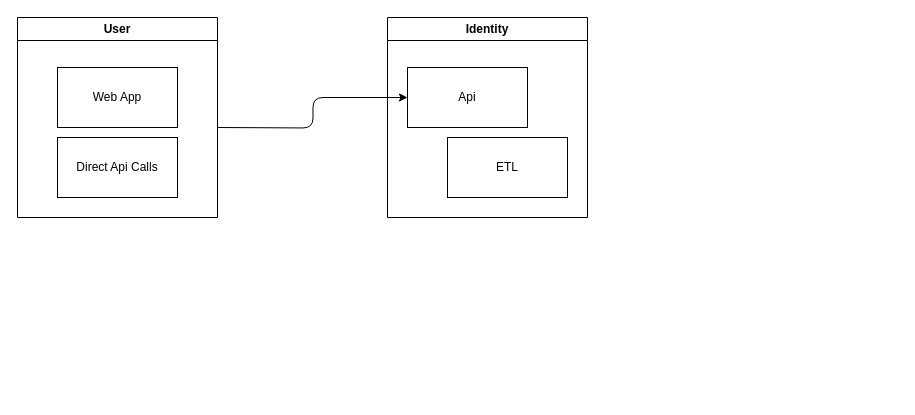
This is wiki/architecture.drawio from tzather/service-cs, a draw.io file, before an edit. Source tidied: cells renumbered, new cells numbered last; positions are measured from the earlier drawing's top-left corner, leaving out a move shared by most shapes. Both pictures are drawn from the tidied source at 100%, with x=0, y=0 at pixel (17, 17).
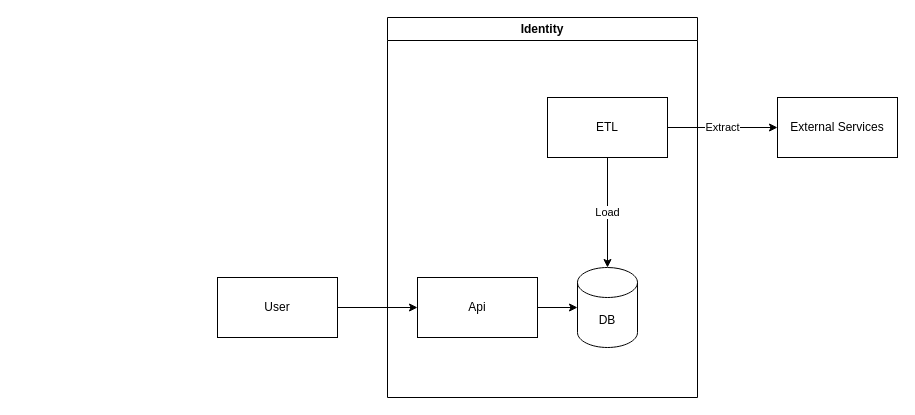
The same diagram, later.

Commit message:
microservice architecture

What changed in the source:
```diff
@@
 <mxGraphModel>
   <root>
     <mxCell id="0" />
     <mxCell id="1" parent="0" />
     <mxCell id="2" value="Identity" style="swimlane;whiteSpace=wrap;html=1;" parent="1" vertex="1">
-      <mxGeometry x="370" width="200" height="200" as="geometry" />
+      <mxGeometry x="370" width="310" height="380" as="geometry" />
     </mxCell>
+    <mxCell id="9" style="edgeStyle=none;html=1;" parent="2" edge="1" source="3" target="11">
+      <mxGeometry relative="1" as="geometry" />
+    </mxCell>
     <mxCell id="3" value="Api" style="rounded=0;whiteSpace=wrap;html=1;" parent="2" vertex="1">
-      <mxGeometry x="20" y="50" width="120" height="60" as="geometry" />
+      <mxGeometry x="30" y="260" width="120" height="60" as="geometry" />
     </mxCell>
     <mxCell id="4" value="ETL" style="rounded=0;whiteSpace=wrap;html=1;" parent="2" vertex="1">
-      <mxGeometry x="60" y="120" width="120" height="60" as="geometry" />
+      <mxGeometry x="160" y="80" width="120" height="60" as="geometry" />
     </mxCell>
-    <mxCell id="5" value="User" style="swimlane;whiteSpace=wrap;html=1;" parent="1" vertex="1">
-      <mxGeometry width="200" height="200" as="geometry" />
-    </mxCell>
+    <mxCell id="10" value="Load" style="edgeStyle=none;rounded=0;jumpStyle=gap;html=1;strokeColor=default;startArrow=none;startFill=0;entryX=0.5;entryY=0;entryDx=0;entryDy=0;entryPerimeter=0;exitX=0.5;exitY=1;exitDx=0;exitDy=0;" parent="2" edge="1" source="4" target="11">
+      <mxGeometry relative="1" as="geometry">
+        <Array as="points">
+          <mxPoint x="220" y="200" />
+        </Array>
+      </mxGeometry>
+    </mxCell>
+    <mxCell id="11" value="DB" style="shape=cylinder3;whiteSpace=wrap;html=1;boundedLbl=1;backgroundOutline=1;size=15;" parent="2" vertex="1">
+      <mxGeometry x="190" y="250" width="60" height="80" as="geometry" />
+    </mxCell>
+    <mxCell id="8" style="edgeStyle=orthogonalEdgeStyle;html=1;entryX=0;entryY=0.5;entryDx=0;entryDy=0;" parent="1" edge="1" source="6" target="3">
+      <mxGeometry relative="1" as="geometry" />
+    </mxCell>
+    <mxCell id="12" value="Extract" style="edgeStyle=none;html=1;entryX=0;entryY=0.5;entryDx=0;entryDy=0;rounded=1;jumpStyle=gap;" parent="1" edge="1" source="4" target="13">
+      <mxGeometry relative="1" as="geometry" />
+    </mxCell>
-    <mxCell id="6" value="Web App" style="rounded=0;whiteSpace=wrap;html=1;" parent="5" vertex="1">
-      <mxGeometry x="40" y="50" width="120" height="60" as="geometry" />
+    <mxCell id="6" value="User" style="rounded=0;whiteSpace=wrap;html=1;" parent="1" vertex="1">
+      <mxGeometry x="200" y="260" width="120" height="60" as="geometry" />
     </mxCell>
-    <mxCell id="7" value="Direct Api Calls" style="rounded=0;whiteSpace=wrap;html=1;" parent="5" vertex="1">
-      <mxGeometry x="40" y="120" width="120" height="60" as="geometry" />
-    </mxCell>
-    <mxCell id="8" style="edgeStyle=orthogonalEdgeStyle;html=1;entryX=0;entryY=0.5;entryDx=0;entryDy=0;" parent="1" edge="1" target="3">
-      <mxGeometry relative="1" as="geometry">
-        <mxPoint x="200" y="110" as="sourcePoint" />
-      </mxGeometry>
-    </mxCell>
+    <mxCell id="13" value="External Services" style="rounded=0;whiteSpace=wrap;html=1;" parent="1" vertex="1">
+      <mxGeometry x="760" y="80" width="120" height="60" as="geometry" />
+    </mxCell>
   </root>
 </mxGraphModel>
```
